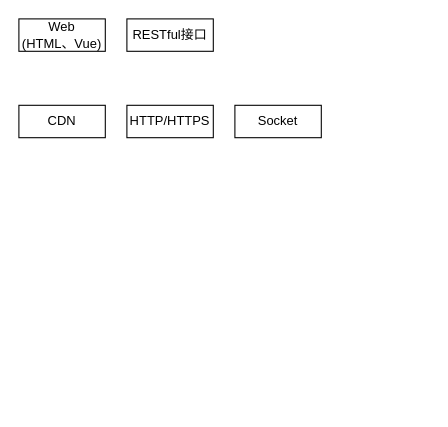
foreignbill/drawio keeps this draw.io diagram as sys_struct.drawio. Above is the earlier version. Source tidied: cells renumbered, new cells numbered last; positions are measured from the earlier drawing's top-left corner, leaving out a move shared by most shapes. Both pictures are drawn from the tidied source at 108%, with x=0, y=0 at pixel (18, 18).
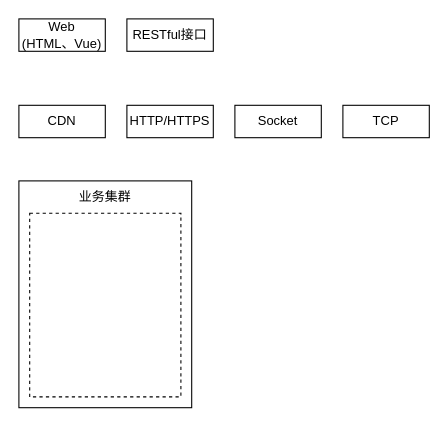
Above is the later version.

Change to the diagram source:
```diff
@@
 <mxGraphModel>
   <root>
     <mxCell id="0" />
     <mxCell id="1" parent="0" />
     <mxCell id="2" value="Web&lt;br&gt;(HTML、Vue)" style="rounded=0;whiteSpace=wrap;html=1;" parent="1" vertex="1">
       <mxGeometry width="80" height="30" as="geometry" />
     </mxCell>
     <mxCell id="3" value="RESTful接口" style="rounded=0;whiteSpace=wrap;html=1;" parent="1" vertex="1">
       <mxGeometry x="100" width="80" height="30" as="geometry" />
     </mxCell>
     <mxCell id="4" value="CDN" style="rounded=0;whiteSpace=wrap;html=1;" parent="1" vertex="1">
       <mxGeometry y="80" width="80" height="30" as="geometry" />
     </mxCell>
     <mxCell id="5" value="HTTP/HTTPS" style="rounded=0;whiteSpace=wrap;html=1;" parent="1" vertex="1">
       <mxGeometry x="100" y="80" width="80" height="30" as="geometry" />
     </mxCell>
     <mxCell id="6" value="Socket" style="rounded=0;whiteSpace=wrap;html=1;" parent="1" vertex="1">
       <mxGeometry x="200" y="80" width="80" height="30" as="geometry" />
     </mxCell>
+    <mxCell id="7" value="TCP" style="rounded=0;whiteSpace=wrap;html=1;" parent="1" vertex="1">
+      <mxGeometry x="300" y="80" width="80" height="30" as="geometry" />
+    </mxCell>
+    <mxCell id="8" style="rounded=0;whiteSpace=wrap;html=1;" parent="1" vertex="1">
+      <mxGeometry y="150" width="160" height="210" as="geometry" />
+    </mxCell>
+    <mxCell id="9" value="业务集群" style="text;html=1;strokeColor=none;fillColor=none;align=center;verticalAlign=middle;whiteSpace=wrap;rounded=0;" parent="1" vertex="1">
+      <mxGeometry x="50" y="150" width="60" height="30" as="geometry" />
+    </mxCell>
+    <mxCell id="10" style="rounded=0;whiteSpace=wrap;html=1;dashed=1;" parent="1" vertex="1">
+      <mxGeometry x="10" y="180" width="140" height="170" as="geometry" />
+    </mxCell>
   </root>
 </mxGraphModel>
```
